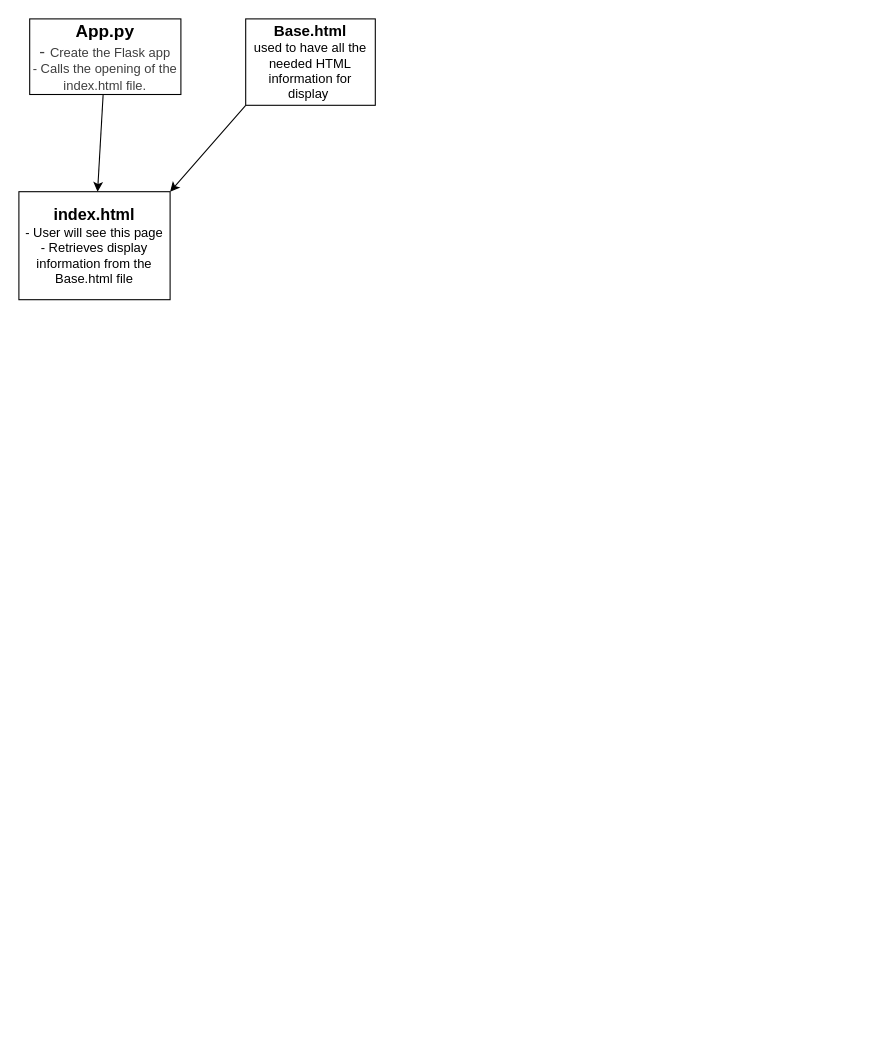
Earlier version of the draw.io diagram flowchart.drawio (ReggieRay210/FitTracker_v1). Source tidied: cells renumbered, new cells numbered last; positions are measured from the earlier drawing's top-left corner, leaving out a move shared by most shapes. Both pictures are drawn from the tidied source at 108%, with x=0, y=0 at pixel (18, 18).
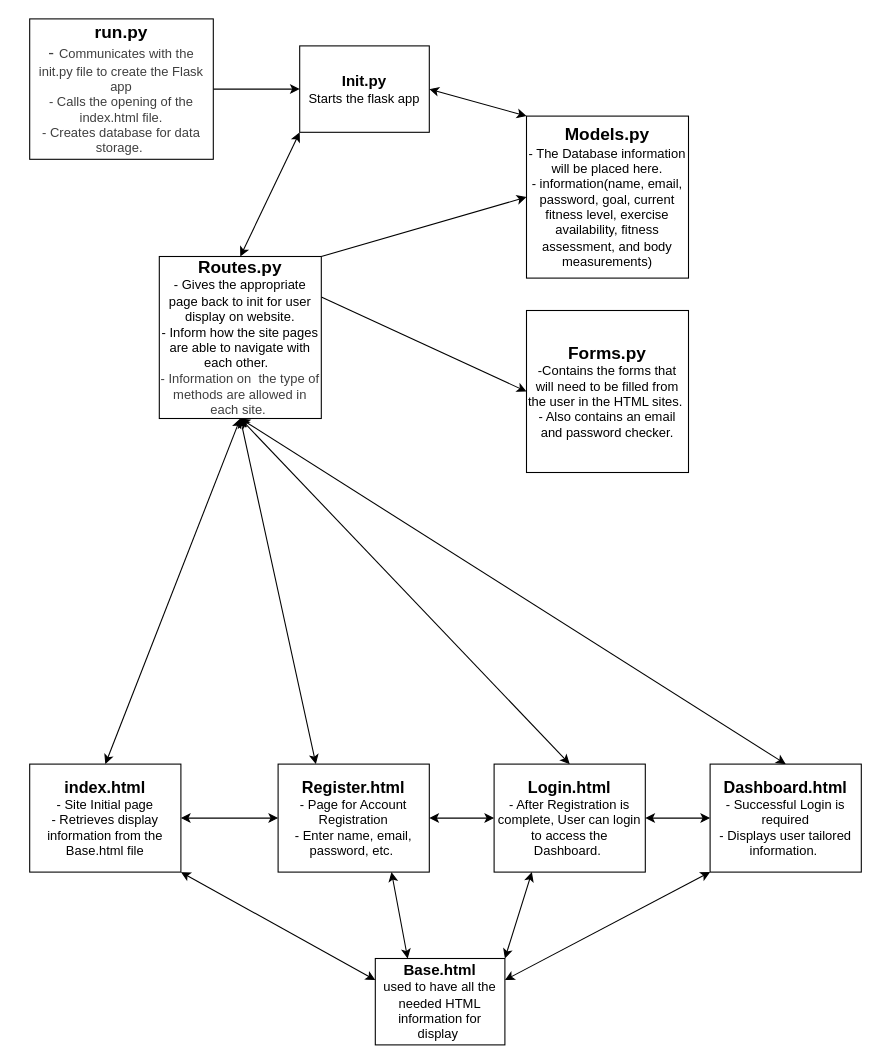
Above is the later version.

Diff of the diagram source:
```diff
@@
-    <mxCell id="2" style="edgeStyle=none;html=1;" parent="1" edge="1" source="3" target="4">
+    <mxCell id="2" style="edgeStyle=none;html=1;entryX=0;entryY=0.5;entryDx=0;entryDy=0;" parent="1" edge="1" source="3" target="14">
       <mxGeometry relative="1" as="geometry" />
     </mxCell>
-    <mxCell id="3" value="&lt;font style=&quot;font-size: 16px;&quot;&gt;&lt;b&gt;App.py&lt;/b&gt;&lt;/font&gt;&lt;div&gt;&lt;span style=&quot;color: rgb(63, 63, 63); background-color: transparent;&quot;&gt;&lt;span style=&quot;font-size: 16px;&quot;&gt;-&lt;b&gt;&amp;nbsp;&lt;/b&gt;&lt;/span&gt;Create the Flask app&lt;/span&gt;&lt;/div&gt;&lt;div&gt;&lt;span style=&quot;color: rgb(63, 63, 63); background-color: transparent;&quot;&gt;- Calls the opening of the index.html file.&lt;/span&gt;&lt;/div&gt;" style="rounded=0;whiteSpace=wrap;html=1;" parent="1" vertex="1">
-      <mxGeometry x="10" width="140" height="70" as="geometry" />
+    <mxCell id="3" value="&lt;font style=&quot;font-size: 16px;&quot;&gt;&lt;b&gt;run.py&lt;/b&gt;&lt;/font&gt;&lt;div&gt;&lt;span style=&quot;color: rgb(63, 63, 63); background-color: transparent;&quot;&gt;&lt;span style=&quot;font-size: 16px;&quot;&gt;-&lt;b&gt;&amp;nbsp;&lt;/b&gt;&lt;/span&gt;Communicates with the init.py file to create the Flask app&lt;/span&gt;&lt;/div&gt;&lt;div&gt;&lt;span style=&quot;color: rgb(63, 63, 63); background-color: transparent;&quot;&gt;- Calls the opening of the index.html file.&lt;/span&gt;&lt;/div&gt;&lt;div&gt;&lt;span style=&quot;color: rgb(63, 63, 63); background-color: transparent;&quot;&gt;- Creates database for data storage.&amp;nbsp;&lt;/span&gt;&lt;/div&gt;" style="rounded=0;whiteSpace=wrap;html=1;" parent="1" vertex="1">
+      <mxGeometry x="10" width="170" height="130" as="geometry" />
     </mxCell>
-    <mxCell id="4" value="&lt;font style=&quot;font-size: 15px;&quot;&gt;&lt;b&gt;index.html&lt;/b&gt;&lt;/font&gt;&lt;div&gt;&lt;font&gt;- User will see this page&lt;br&gt;- Retrieves display information from the Base.html file&lt;/font&gt;&lt;/div&gt;" style="rounded=0;whiteSpace=wrap;html=1;" parent="1" vertex="1">
-      <mxGeometry y="160" width="140" height="100" as="geometry" />
+    <mxCell id="4" value="&lt;font style=&quot;font-size: 15px;&quot;&gt;&lt;b&gt;index.html&lt;/b&gt;&lt;/font&gt;&lt;div&gt;&lt;font&gt;- Site Initial page&lt;br&gt;- Retrieves display information from the Base.html file&lt;/font&gt;&lt;/div&gt;" style="rounded=0;whiteSpace=wrap;html=1;" parent="1" vertex="1">
+      <mxGeometry x="10" y="690" width="140" height="100" as="geometry" />
     </mxCell>
-    <mxCell id="5" style="edgeStyle=none;html=1;exitX=0;exitY=1;exitDx=0;exitDy=0;entryX=1;entryY=0;entryDx=0;entryDy=0;" parent="1" edge="1" source="6" target="4">
-      <mxGeometry relative="1" as="geometry" />
-    </mxCell>
     <mxCell id="6" value="&lt;b&gt;&lt;font style=&quot;font-size: 14px;&quot;&gt;Base.html&lt;/font&gt;&lt;/b&gt;&lt;div&gt;used to have all the needed HTML information for display&amp;nbsp;&lt;/div&gt;" style="rounded=0;whiteSpace=wrap;html=1;" parent="1" vertex="1">
-      <mxGeometry x="210" width="120" height="80" as="geometry" />
+      <mxGeometry x="330" y="870" width="120" height="80" as="geometry" />
     </mxCell>
+    <mxCell id="7" value="&lt;font style=&quot;font-size: 16px;&quot;&gt;&lt;b&gt;Models.py&lt;/b&gt;&lt;/font&gt;&lt;div&gt;- The Database information will be placed here.&lt;/div&gt;&lt;div&gt;- information(name, email, password, goal, current fitness level, exercise availability, fitness assessment, and body measurements)&lt;/div&gt;" style="whiteSpace=wrap;html=1;" parent="1" vertex="1">
+      <mxGeometry x="470" y="90" width="150" height="150" as="geometry" />
+    </mxCell>
+    <mxCell id="8" value="&lt;div&gt;&lt;font&gt;&lt;span style=&quot;font-size: 15px;&quot;&gt;&lt;b&gt;Register.html&lt;/b&gt;&lt;/span&gt;&lt;/font&gt;&lt;/div&gt;&lt;div&gt;&lt;font&gt;- Page for Account Registration&lt;br&gt;- Enter name, email, password, etc.&amp;nbsp;&lt;/font&gt;&lt;/div&gt;" style="rounded=0;whiteSpace=wrap;html=1;" parent="1" vertex="1">
+      <mxGeometry x="240" y="690" width="140" height="100" as="geometry" />
+    </mxCell>
+    <mxCell id="9" value="&lt;font style=&quot;font-size: 15px;&quot;&gt;&lt;b&gt;Login.html&lt;/b&gt;&lt;/font&gt;&lt;div&gt;&lt;font&gt;- After Registration is complete, User can login to access the Dashboard.&amp;nbsp;&lt;/font&gt;&lt;/div&gt;" style="rounded=0;whiteSpace=wrap;html=1;" parent="1" vertex="1">
+      <mxGeometry x="440" y="690" width="140" height="100" as="geometry" />
+    </mxCell>
+    <mxCell id="10" value="&lt;font style=&quot;font-size: 15px;&quot;&gt;&lt;b&gt;Dashboard.html&lt;/b&gt;&lt;/font&gt;&lt;div&gt;&lt;font&gt;- Successful Login is required&lt;br&gt;- Displays user tailored information.&amp;nbsp;&lt;/font&gt;&lt;/div&gt;" style="rounded=0;whiteSpace=wrap;html=1;" parent="1" vertex="1">
+      <mxGeometry x="640" y="690" width="140" height="100" as="geometry" />
+    </mxCell>
+    <mxCell id="11" style="edgeStyle=none;html=1;entryX=0;entryY=0.5;entryDx=0;entryDy=0;exitX=1;exitY=0;exitDx=0;exitDy=0;" parent="1" edge="1" source="13" target="7">
+      <mxGeometry relative="1" as="geometry" />
+    </mxCell>
+    <mxCell id="12" style="edgeStyle=none;html=1;exitX=1;exitY=0.25;exitDx=0;exitDy=0;entryX=0;entryY=0.5;entryDx=0;entryDy=0;" parent="1" edge="1" source="13" target="15">
+      <mxGeometry relative="1" as="geometry" />
+    </mxCell>
+    <mxCell id="13" value="&lt;font style=&quot;font-size: 16px;&quot;&gt;&lt;b&gt;Routes.py&lt;/b&gt;&lt;/font&gt;&lt;div&gt;- Gives the appropriate page back to init for user display on website.&lt;/div&gt;&lt;div&gt;- Inform how the site pages are able to navigate with each other.&amp;nbsp;&amp;nbsp;&lt;/div&gt;&lt;div&gt;&lt;span style=&quot;color: rgb(63, 63, 63); background-color: transparent;&quot;&gt;- Information on&amp;nbsp; the type of methods are allowed in each site.&amp;nbsp;&lt;/span&gt;&lt;/div&gt;" style="whiteSpace=wrap;html=1;" parent="1" vertex="1">
+      <mxGeometry x="130" y="220" width="150" height="150" as="geometry" />
+    </mxCell>
+    <mxCell id="14" value="&lt;b&gt;&lt;font style=&quot;font-size: 14px;&quot;&gt;Init.py&lt;/font&gt;&lt;/b&gt;&lt;div&gt;Starts the flask app&lt;/div&gt;" style="rounded=0;whiteSpace=wrap;html=1;" parent="1" vertex="1">
+      <mxGeometry x="260" y="25" width="120" height="80" as="geometry" />
+    </mxCell>
+    <mxCell id="15" value="&lt;font style=&quot;font-size: 16px;&quot;&gt;&lt;b&gt;Forms.py&lt;/b&gt;&lt;/font&gt;&lt;div&gt;-Contains the forms that will need to be filled from the user in the HTML sites.&amp;nbsp;&lt;/div&gt;&lt;div&gt;- Also contains an email and password checker.&lt;/div&gt;" style="whiteSpace=wrap;html=1;" parent="1" vertex="1">
+      <mxGeometry x="470" y="270" width="150" height="150" as="geometry" />
+    </mxCell>
+    <mxCell id="16" style="endArrow=classic;startArrow=classic;html=1;entryX=0;entryY=0.25;entryDx=0;entryDy=0;exitX=1;exitY=1;exitDx=0;exitDy=0;" parent="1" edge="1" source="4" target="6">
+      <mxGeometry relative="1" as="geometry" />
+    </mxCell>
+    <mxCell id="17" style="endArrow=classic;startArrow=classic;html=1;exitX=0.25;exitY=0;exitDx=0;exitDy=0;entryX=0.75;entryY=1;entryDx=0;entryDy=0;" parent="1" edge="1" source="6" target="8">
+      <mxGeometry relative="1" as="geometry" />
+    </mxCell>
+    <mxCell id="18" style="endArrow=classic;startArrow=classic;html=1;exitX=1;exitY=0;exitDx=0;exitDy=0;entryX=0.25;entryY=1;entryDx=0;entryDy=0;" parent="1" edge="1" source="6" target="9">
+      <mxGeometry relative="1" as="geometry" />
+    </mxCell>
+    <mxCell id="19" style="endArrow=classic;startArrow=classic;html=1;exitX=1;exitY=0.25;exitDx=0;exitDy=0;entryX=0;entryY=1;entryDx=0;entryDy=0;" parent="1" edge="1" source="6" target="10">
+      <mxGeometry relative="1" as="geometry" />
+    </mxCell>
+    <mxCell id="20" style="endArrow=classic;startArrow=classic;html=1;exitX=0;exitY=0.5;exitDx=0;exitDy=0;entryX=1;entryY=0.5;entryDx=0;entryDy=0;" parent="1" edge="1" source="10" target="9">
+      <mxGeometry relative="1" as="geometry" />
+    </mxCell>
+    <mxCell id="21" style="endArrow=classic;startArrow=classic;html=1;exitX=0;exitY=0.5;exitDx=0;exitDy=0;entryX=1;entryY=0.5;entryDx=0;entryDy=0;" parent="1" edge="1" source="9" target="8">
+      <mxGeometry relative="1" as="geometry" />
+    </mxCell>
+    <mxCell id="22" style="endArrow=classic;startArrow=classic;html=1;exitX=1;exitY=0.5;exitDx=0;exitDy=0;entryX=0;entryY=0.5;entryDx=0;entryDy=0;" parent="1" edge="1" source="4" target="8">
+      <mxGeometry relative="1" as="geometry" />
+    </mxCell>
+    <mxCell id="23" style="endArrow=classic;startArrow=classic;html=1;exitX=1;exitY=0.5;exitDx=0;exitDy=0;entryX=0;entryY=0;entryDx=0;entryDy=0;" parent="1" edge="1" source="14" target="7">
+      <mxGeometry relative="1" as="geometry" />
+    </mxCell>
+    <mxCell id="24" style="endArrow=classic;startArrow=classic;html=1;exitX=0.5;exitY=0;exitDx=0;exitDy=0;entryX=0;entryY=1;entryDx=0;entryDy=0;" parent="1" edge="1" source="13" target="14">
+      <mxGeometry relative="1" as="geometry" />
+    </mxCell>
+    <mxCell id="25" style="endArrow=classic;startArrow=classic;html=1;exitX=0.5;exitY=0;exitDx=0;exitDy=0;entryX=0.5;entryY=1;entryDx=0;entryDy=0;" parent="1" edge="1" source="4" target="13">
+      <mxGeometry relative="1" as="geometry" />
+    </mxCell>
+    <mxCell id="26" style="endArrow=classic;startArrow=classic;html=1;exitX=0.25;exitY=0;exitDx=0;exitDy=0;entryX=0.5;entryY=1;entryDx=0;entryDy=0;" parent="1" edge="1" source="8" target="13">
+      <mxGeometry relative="1" as="geometry" />
+    </mxCell>
+    <mxCell id="27" style="endArrow=classic;startArrow=classic;html=1;exitX=0.5;exitY=0;exitDx=0;exitDy=0;entryX=0.5;entryY=1;entryDx=0;entryDy=0;" parent="1" edge="1" source="9" target="13">
+      <mxGeometry relative="1" as="geometry" />
+    </mxCell>
+    <mxCell id="28" style="endArrow=classic;startArrow=classic;html=1;exitX=0.5;exitY=0;exitDx=0;exitDy=0;entryX=0.5;entryY=1;entryDx=0;entryDy=0;" parent="1" edge="1" source="10" target="13">
+      <mxGeometry relative="1" as="geometry" />
+    </mxCell>
```
